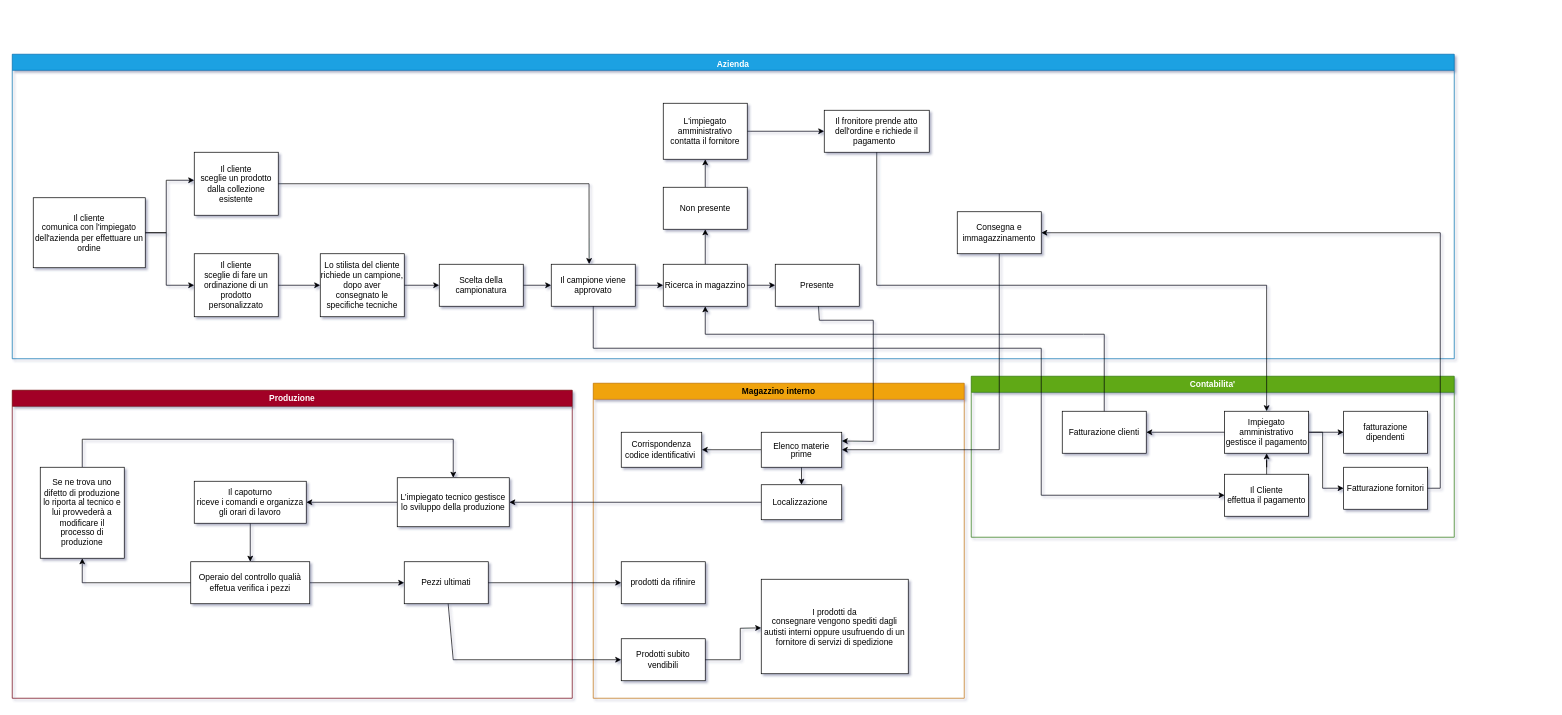
mikecostanzi/ProgettoBasiDati keeps this draw.io diagram as 1)Analisi dei requisiti/1.2.1)Analisi dei processi interni 2.0.drawio. Above is the earlier version. Source tidied: cells renumbered, new cells numbered last; positions are measured from the earlier drawing's top-left corner, leaving out a move shared by most shapes. Both pictures are drawn from the tidied source at 70%, with x=0, y=0 at pixel (12, 54).
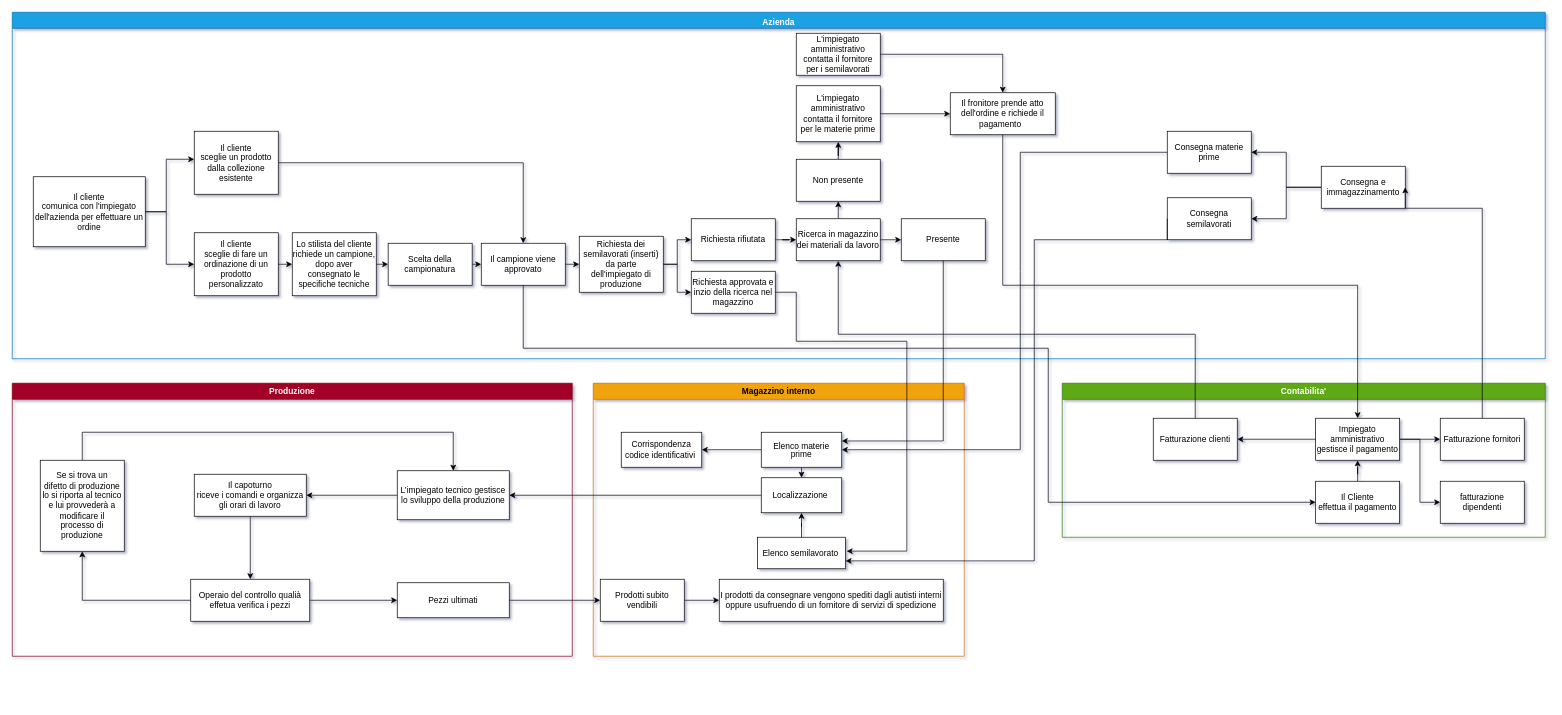
The same diagram, later.

Unchanged cells that the change refers to:
```xml
<mxCell id="27" value="&lt;p class=&quot;MsoListParagraph&quot;&gt;&lt;span&gt;Il Cliente&lt;br&gt;effettua il pagamento&lt;/span&gt;&lt;/p&gt;" style="rounded=0;whiteSpace=wrap;html=1;" parent="26" vertex="1">
  <mxGeometry x="362" y="140" width="120" height="60" as="geometry" />
</mxCell>
<mxCell id="31" value="&lt;p class=&quot;MsoListParagraph&quot;&gt;Impiegato amministrativo gestisce il pagamento&lt;/p&gt;" style="rounded=0;whiteSpace=wrap;html=1;" parent="26" vertex="1">
  <mxGeometry x="362" y="50" width="120" height="60" as="geometry" />
</mxCell>
<mxCell id="33" value="Fatturazione clienti" style="rounded=0;whiteSpace=wrap;html=1;" parent="26" vertex="1">
  <mxGeometry x="130" y="50" width="120" height="60" as="geometry" />
</mxCell>
<mxCell id="50" value="&lt;p class=&quot;MsoListParagraph&quot; style=&quot;line-height: 1&quot;&gt;Elenco materie prime&lt;/p&gt;" style="rounded=0;whiteSpace=wrap;html=1;verticalAlign=middle;" parent="47" vertex="1">
  <mxGeometry x="240" y="70" width="115" height="50" as="geometry" />
</mxCell>
```

What changed in the source:
```diff
@@
     <mxCell id="2" value="Azienda&#10;" style="swimlane;fillColor=#1ba1e2;fontColor=#ffffff;strokeColor=#006EAF;verticalAlign=top;" parent="1" vertex="1">
-      <mxGeometry width="2060" height="435" as="geometry" />
+      <mxGeometry y="-60" width="2190" height="495" as="geometry" />
     </mxCell>
     <mxCell id="3" style="edgeStyle=none;html=1;entryX=0;entryY=0.5;entryDx=0;entryDy=0;rounded=0;" parent="2" edge="1" source="4" target="6">
       <mxGeometry relative="1" as="geometry">
         <Array as="points">
-          <mxPoint x="220" y="255" />
-          <mxPoint x="220" y="330" />
+          <mxPoint x="220" y="285" />
+          <mxPoint x="220" y="360" />
         </Array>
       </mxGeometry>
     </mxCell>
     <mxCell id="4" value="&lt;p class=&quot;MsoListParagraph&quot;&gt;&lt;span&gt;Il cliente&lt;br&gt;comunica con l'impiegato dell'azienda per effettuare un ordine&lt;/span&gt;&lt;/p&gt;" style="rounded=0;whiteSpace=wrap;html=1;" parent="2" vertex="1">
-      <mxGeometry x="30" y="205" width="160" height="100" as="geometry" />
+      <mxGeometry x="30" y="235" width="160" height="100" as="geometry" />
     </mxCell>
@@
     <mxCell id="6" value="&lt;p class=&quot;MsoListParagraph&quot;&gt;&lt;span&gt;Il cliente&lt;br&gt;sceglie di fare un ordinazione di un prodotto personalizzato&lt;/span&gt;&lt;/p&gt;" style="rounded=0;whiteSpace=wrap;html=1;" parent="2" vertex="1">
-      <mxGeometry x="260" y="285" width="120" height="90" as="geometry" />
+      <mxGeometry x="260" y="315" width="120" height="90" as="geometry" />
     </mxCell>
-    <mxCell id="7" style="edgeStyle=none;rounded=0;html=1;entryX=0.451;entryY=-0.004;entryDx=0;entryDy=0;entryPerimeter=0;" parent="2" edge="1" source="8" target="14">
+    <mxCell id="7" style="edgeStyle=none;rounded=0;html=1;entryX=0.5;entryY=0;entryDx=0;entryDy=0;" parent="2" edge="1" source="8" target="14">
       <mxGeometry relative="1" as="geometry">
         <Array as="points">
-          <mxPoint x="824" y="185" />
+          <mxPoint x="730" y="215" />
         </Array>
       </mxGeometry>
     </mxCell>
     <mxCell id="8" value="&lt;p class=&quot;MsoListParagraph&quot;&gt;&lt;span&gt;Il cliente&lt;br&gt;sceglie un prodotto dalla collezione esistente&lt;/span&gt;&lt;/p&gt;" style="rounded=0;whiteSpace=wrap;html=1;" parent="2" vertex="1">
-      <mxGeometry x="260" y="140" width="120" height="90" as="geometry" />
+      <mxGeometry x="260" y="170" width="120" height="90" as="geometry" />
     </mxCell>
@@
     <mxCell id="10" value="&lt;p class=&quot;MsoListParagraph&quot;&gt;&lt;span&gt;Lo stilista del cliente&lt;br&gt;richiede un campione, dopo aver consegnato le specifiche tecniche&lt;/span&gt;&lt;/p&gt;" style="rounded=0;whiteSpace=wrap;html=1;" parent="2" vertex="1">
-      <mxGeometry x="440" y="285" width="120" height="90" as="geometry" />
+      <mxGeometry x="400" y="315" width="120" height="90" as="geometry" />
     </mxCell>
@@
     <mxCell id="12" value="&lt;p class=&quot;MsoListParagraph&quot;&gt;Scelta della campionatura&lt;/p&gt;" style="rounded=0;whiteSpace=wrap;html=1;" parent="2" vertex="1">
-      <mxGeometry x="610" y="300" width="120" height="60" as="geometry" />
+      <mxGeometry x="537" y="330" width="120" height="60" as="geometry" />
     </mxCell>
-    <mxCell id="13" style="edgeStyle=none;rounded=0;html=1;exitX=1;exitY=0.5;exitDx=0;exitDy=0;entryX=0;entryY=0.5;entryDx=0;entryDy=0;" parent="2" edge="1" source="14" target="17">
-      <mxGeometry relative="1" as="geometry" />
-    </mxCell>
+    <mxCell id="66" style="edgeStyle=orthogonalEdgeStyle;rounded=0;jettySize=auto;html=1;exitX=1;exitY=0.5;exitDx=0;exitDy=0;entryX=0;entryY=0.5;entryDx=0;entryDy=0;" parent="2" edge="1" source="14" target="71">
+      <mxGeometry relative="1" as="geometry" />
+    </mxCell>
     <mxCell id="14" value="&lt;p class=&quot;MsoListParagraph&quot;&gt;&lt;span&gt;Il campione viene&lt;br&gt;approvato&lt;/span&gt;&lt;/p&gt;" style="rounded=0;whiteSpace=wrap;html=1;" parent="2" vertex="1">
-      <mxGeometry x="770" y="300" width="120" height="60" as="geometry" />
+      <mxGeometry x="670" y="330" width="120" height="60" as="geometry" />
     </mxCell>
@@
-    <mxCell id="17" value="&lt;span&gt;Ricerca in magazzino&lt;/span&gt;" style="rounded=0;whiteSpace=wrap;html=1;" parent="2" vertex="1">
-      <mxGeometry x="930" y="300" width="120" height="60" as="geometry" />
+    <mxCell id="17" value="&lt;span&gt;Ricerca in magazzino dei materiali da lavoro&lt;/span&gt;" style="rounded=0;whiteSpace=wrap;html=1;" parent="2" vertex="1">
+      <mxGeometry x="1120" y="295" width="120" height="60" as="geometry" />
     </mxCell>
     <mxCell id="18" value="Presente" style="rounded=0;whiteSpace=wrap;html=1;" parent="2" vertex="1">
-      <mxGeometry x="1090" y="300" width="120" height="60" as="geometry" />
+      <mxGeometry x="1270" y="295" width="120" height="60" as="geometry" />
     </mxCell>
-    <mxCell id="19" style="edgeStyle=none;html=1;" parent="2" edge="1" source="20" target="23">
+    <mxCell id="19" style="edgeStyle=orthogonalEdgeStyle;rounded=0;jettySize=auto;html=1;entryX=0.5;entryY=1;entryDx=0;entryDy=0;" parent="2" edge="1" source="20" target="23">
       <mxGeometry relative="1" as="geometry" />
     </mxCell>
     <mxCell id="20" value="Non presente" style="rounded=0;whiteSpace=wrap;html=1;" parent="2" vertex="1">
-      <mxGeometry x="930" y="190" width="120" height="60" as="geometry" />
+      <mxGeometry x="1120" y="210" width="120" height="60" as="geometry" />
     </mxCell>
     <mxCell id="21" style="endArrow=classic;html=1;rounded=0;exitX=1;exitY=0.5;exitDx=0;exitDy=0;entryX=0;entryY=0.5;entryDx=0;entryDy=0;" parent="2" edge="1" source="4">
       <mxGeometry relative="1" as="geometry">
-        <mxPoint x="260" y="180" as="targetPoint" />
+        <mxPoint x="260" y="210" as="targetPoint" />
         <Array as="points">
-          <mxPoint x="220" y="255" />
-          <mxPoint x="220" y="180" />
+          <mxPoint x="220" y="285" />
+          <mxPoint x="220" y="210" />
         </Array>
       </mxGeometry>
     </mxCell>
@@
-    <mxCell id="23" value="L'impiegato amministrativo contatta il fornitore" style="rounded=0;whiteSpace=wrap;html=1;" parent="2" vertex="1">
-      <mxGeometry x="930" y="70" width="120" height="80" as="geometry" />
+    <mxCell id="23" value="L'impiegato amministrativo contatta il fornitore per le materie prime" style="rounded=0;whiteSpace=wrap;html=1;" parent="2" vertex="1">
+      <mxGeometry x="1120" y="105" width="120" height="80" as="geometry" />
     </mxCell>
     <mxCell id="24" value="Il fronitore prende atto dell'ordine e richiede il pagamento&amp;nbsp;&amp;nbsp;" style="rounded=0;whiteSpace=wrap;html=1;" parent="2" vertex="1">
-      <mxGeometry x="1160" y="80" width="150" height="60" as="geometry" />
+      <mxGeometry x="1340" y="115" width="150" height="60" as="geometry" />
     </mxCell>
+    <mxCell id="67" style="edgeStyle=orthogonalEdgeStyle;rounded=0;jettySize=auto;html=1;exitX=0;exitY=0.5;exitDx=0;exitDy=0;entryX=1;entryY=0.5;entryDx=0;entryDy=0;" parent="2" edge="1" source="25" target="77">
+      <mxGeometry relative="1" as="geometry" />
+    </mxCell>
+    <mxCell id="68" style="edgeStyle=orthogonalEdgeStyle;rounded=0;jettySize=auto;html=1;exitX=0;exitY=0.5;exitDx=0;exitDy=0;entryX=1;entryY=0.5;entryDx=0;entryDy=0;" parent="2" edge="1" source="25" target="78">
+      <mxGeometry relative="1" as="geometry" />
+    </mxCell>
     <mxCell id="25" value="Consegna e immagazzinamento" style="rounded=0;whiteSpace=wrap;html=1;" parent="2" vertex="1">
-      <mxGeometry x="1350" y="225" width="120" height="60" as="geometry" />
+      <mxGeometry x="1870" y="220" width="120" height="60" as="geometry" />
     </mxCell>
+    <mxCell id="69" style="edgeStyle=orthogonalEdgeStyle;rounded=0;jettySize=auto;html=1;exitX=1;exitY=0.5;exitDx=0;exitDy=0;entryX=0;entryY=0.5;entryDx=0;entryDy=0;" parent="2" edge="1" source="71" target="74">
+      <mxGeometry relative="1" as="geometry" />
+    </mxCell>
+    <mxCell id="70" style="edgeStyle=orthogonalEdgeStyle;rounded=0;jettySize=auto;html=1;entryX=0;entryY=0.5;entryDx=0;entryDy=0;" parent="2" edge="1" source="71" target="72">
+      <mxGeometry relative="1" as="geometry" />
+    </mxCell>
+    <mxCell id="71" value="Richiesta dei semilavorati (inserti) da parte dell'impiegato di produzione" style="rounded=0;whiteSpace=wrap;html=1;" parent="2" vertex="1">
+      <mxGeometry x="810" y="320" width="120" height="80" as="geometry" />
+    </mxCell>
+    <mxCell id="72" value="Richiesta approvata e inzio della ricerca nel magazzino" style="rounded=0;whiteSpace=wrap;html=1;" parent="2" vertex="1">
+      <mxGeometry x="970" y="370" width="120" height="60" as="geometry" />
+    </mxCell>
+    <mxCell id="73" style="edgeStyle=orthogonalEdgeStyle;rounded=0;jettySize=auto;html=1;entryX=0;entryY=0.5;entryDx=0;entryDy=0;" parent="2" edge="1" source="74" target="17">
+      <mxGeometry relative="1" as="geometry" />
+    </mxCell>
+    <mxCell id="74" value="Richiesta rifiutata" style="rounded=0;whiteSpace=wrap;html=1;" parent="2" vertex="1">
+      <mxGeometry x="970" y="295" width="120" height="60" as="geometry" />
+    </mxCell>
+    <mxCell id="75" style="edgeStyle=orthogonalEdgeStyle;rounded=0;jettySize=auto;html=1;" parent="2" edge="1" source="76" target="24">
+      <mxGeometry relative="1" as="geometry" />
+    </mxCell>
+    <mxCell id="76" value="L'impiegato amministrativo contatta il fornitore per i semilavorati" style="rounded=0;whiteSpace=wrap;html=1;" parent="2" vertex="1">
+      <mxGeometry x="1120" y="30" width="120" height="60" as="geometry" />
+    </mxCell>
+    <mxCell id="77" value="Consegna materie prime" style="rounded=0;whiteSpace=wrap;html=1;" parent="2" vertex="1">
+      <mxGeometry x="1650" y="170" width="120" height="60" as="geometry" />
+    </mxCell>
+    <mxCell id="78" value="Consegna semilavorati" style="rounded=0;whiteSpace=wrap;html=1;" parent="2" vertex="1">
+      <mxGeometry x="1650" y="265" width="120" height="60" as="geometry" />
+    </mxCell>
     <mxCell id="26" value="Contabilita'" style="swimlane;rounded=0;fillColor=#60a917;fontColor=#ffffff;strokeColor=#2D7600;" parent="1" vertex="1">
-      <mxGeometry x="1370" y="460" width="690" height="230" as="geometry" />
+      <mxGeometry x="1500" y="470" width="690" height="220" as="geometry" />
     </mxCell>
@@
-    <mxCell id="28" style="edgeStyle=none;rounded=0;html=1;entryX=0;entryY=0.5;entryDx=0;entryDy=0;exitX=1;exitY=0.5;exitDx=0;exitDy=0;" parent="26" edge="1" source="31" target="35">
-      <mxGeometry relative="1" as="geometry" />
-    </mxCell>
@@
-    <mxCell id="30" style="edgeStyle=none;rounded=0;html=1;entryX=0;entryY=0.5;entryDx=0;entryDy=0;exitX=1;exitY=0.5;exitDx=0;exitDy=0;" parent="26" edge="1" source="31" target="34">
-      <mxGeometry relative="1" as="geometry">
-        <Array as="points">
-          <mxPoint x="502" y="80" />
-          <mxPoint x="502" y="160" />
-        </Array>
-      </mxGeometry>
+    <mxCell id="30" style="edgeStyle=orthogonalEdgeStyle;rounded=0;jettySize=auto;html=1;entryX=0;entryY=0.5;entryDx=0;entryDy=0;" parent="26" edge="1" source="31" target="34">
+      <mxGeometry relative="1" as="geometry" />
     </mxCell>
+    <mxCell id="28" style="edgeStyle=orthogonalEdgeStyle;rounded=0;jettySize=auto;html=1;entryX=0;entryY=0.5;entryDx=0;entryDy=0;" parent="26" edge="1" source="31" target="35">
+      <mxGeometry relative="1" as="geometry" />
+    </mxCell>
@@
     <mxCell id="34" value="Fatturazione fornitori" style="rounded=0;whiteSpace=wrap;html=1;" parent="26" vertex="1">
-      <mxGeometry x="532" y="130" width="120" height="60" as="geometry" />
+      <mxGeometry x="540" y="50" width="120" height="60" as="geometry" />
     </mxCell>
     <mxCell id="35" value="fatturazione dipendenti" style="rounded=0;whiteSpace=wrap;html=1;" parent="26" vertex="1">
-      <mxGeometry x="532" y="50" width="120" height="60" as="geometry" />
+      <mxGeometry x="540" y="140" width="120" height="60" as="geometry" />
     </mxCell>
     <mxCell id="36" value="Produzione" style="swimlane;fillColor=#a20025;fontColor=#ffffff;strokeColor=#6F0000;" parent="1" vertex="1">
-      <mxGeometry y="480" width="800" height="440" as="geometry" />
+      <mxGeometry y="470" width="800" height="390" as="geometry" />
     </mxCell>
@@
     <mxCell id="41" value="&lt;p class=&quot;MsoListParagraph&quot;&gt;Pezzi ultimati&lt;/p&gt;" style="rounded=0;whiteSpace=wrap;html=1;" parent="36" vertex="1">
-      <mxGeometry x="560" y="245" width="120" height="60" as="geometry" />
+      <mxGeometry x="550" y="285" width="160" height="50" as="geometry" />
     </mxCell>
-    <mxCell id="42" style="edgeStyle=orthogonalEdgeStyle;rounded=0;jettySize=auto;html=1;" parent="36" edge="1" source="46" target="41">
+    <mxCell id="42" style="edgeStyle=orthogonalEdgeStyle;rounded=0;jettySize=auto;html=1;entryX=0;entryY=0.5;entryDx=0;entryDy=0;" parent="36" edge="1" source="46" target="41">
       <mxGeometry relative="1" as="geometry" />
     </mxCell>
@@
-    <mxCell id="44" value="&lt;p class=&quot;MsoListParagraph&quot;&gt;&lt;span&gt;Se ne trova uno&lt;br&gt;difetto di produzione lo riporta al tecnico e lui provvederà a modificare il&lt;br&gt;processo di produzione&lt;/span&gt;&lt;/p&gt;" style="rounded=0;whiteSpace=wrap;html=1;" parent="36" vertex="1">
+    <mxCell id="44" value="&lt;p class=&quot;MsoListParagraph&quot;&gt;&lt;span&gt;Se si trova un&lt;br&gt;difetto di produzione lo si riporta al tecnico e lui provvederà a modificare il&lt;br&gt;processo di produzione&lt;/span&gt;&lt;/p&gt;" style="rounded=0;whiteSpace=wrap;html=1;" parent="36" vertex="1">
       <mxGeometry x="40" y="110" width="120" height="130" as="geometry" />
     </mxCell>
     <mxCell id="45" style="edgeStyle=none;rounded=0;html=1;entryX=0.5;entryY=1;entryDx=0;entryDy=0;" parent="36" edge="1" source="46" target="44">
       <mxGeometry relative="1" as="geometry">
         <Array as="points">
-          <mxPoint x="100" y="275" />
+          <mxPoint x="100" y="310" />
         </Array>
       </mxGeometry>
     </mxCell>
     <mxCell id="46" value="&lt;p class=&quot;MsoListParagraph&quot;&gt;Operaio del controllo qualià effetua verifica i pezzi&lt;/p&gt;" style="rounded=0;whiteSpace=wrap;html=1;" parent="36" vertex="1">
-      <mxGeometry x="255" y="245" width="170" height="60" as="geometry" />
+      <mxGeometry x="255" y="280" width="170" height="60" as="geometry" />
     </mxCell>
     <mxCell id="47" value="Magazzino interno" style="swimlane;rounded=0;fillColor=#f0a30a;fontColor=#000000;strokeColor=#BD7000;startSize=23;" parent="1" vertex="1">
-      <mxGeometry x="830" y="470" width="530" height="450" as="geometry" />
+      <mxGeometry x="830" y="470" width="530" height="390" as="geometry" />
     </mxCell>
@@
+    <mxCell id="79" style="edgeStyle=orthogonalEdgeStyle;rounded=0;jettySize=auto;html=1;entryX=0.5;entryY=1;entryDx=0;entryDy=0;" parent="47" edge="1" source="51" target="52">
+      <mxGeometry relative="1" as="geometry" />
+    </mxCell>
-    <mxCell id="51" value="prodotti da rifinire" style="rounded=0;whiteSpace=wrap;html=1;" parent="47" vertex="1">
-      <mxGeometry x="40" y="255" width="120" height="60" as="geometry" />
+    <mxCell id="51" value="Elenco semilavorato&amp;nbsp;" style="rounded=0;whiteSpace=wrap;html=1;" parent="47" vertex="1">
+      <mxGeometry x="234.6" y="220" width="125.8" height="45" as="geometry" />
     </mxCell>
     <mxCell id="52" value="Localizzazione&amp;nbsp;" style="rounded=0;whiteSpace=wrap;html=1;" parent="47" vertex="1">
-      <mxGeometry x="240" y="145" width="115" height="50" as="geometry" />
+      <mxGeometry x="240" y="135" width="115" height="50" as="geometry" />
     </mxCell>
@@
-    <mxCell id="54" value="&lt;p class=&quot;MsoListParagraph&quot;&gt;&lt;span&gt;I prodotti da&lt;br&gt;consegnare vengono spediti dagli autisti interni oppure usufruendo di un&lt;br&gt;fornitore di servizi di spedizione&lt;/span&gt;&lt;/p&gt;" style="rounded=0;whiteSpace=wrap;html=1;" parent="47" vertex="1">
-      <mxGeometry x="240" y="280" width="210" height="135" as="geometry" />
+    <mxCell id="54" value="&lt;p class=&quot;MsoListParagraph&quot;&gt;&lt;span&gt;I prodotti da consegnare vengono spediti dagli autisti interni oppure usufruendo di un fornitore di servizi di spedizione&lt;/span&gt;&lt;/p&gt;" style="rounded=0;whiteSpace=wrap;html=1;" parent="47" vertex="1">
+      <mxGeometry x="180" y="280" width="320" height="60" as="geometry" />
     </mxCell>
+    <mxCell id="56" style="edgeStyle=orthogonalEdgeStyle;rounded=0;jettySize=auto;html=1;entryX=0;entryY=0.5;entryDx=0;entryDy=0;" parent="47" edge="1" source="55" target="54">
+      <mxGeometry relative="1" as="geometry" />
+    </mxCell>
     <mxCell id="55" value="Prodotti subito vendibili" style="rounded=0;whiteSpace=wrap;html=1;" parent="47" vertex="1">
-      <mxGeometry x="40" y="365" width="120" height="60" as="geometry" />
+      <mxGeometry x="10" y="280" width="120" height="60" as="geometry" />
     </mxCell>
-    <mxCell id="56" style="edgeStyle=none;html=1;rounded=0;" parent="47" edge="1" source="55" target="54">
-      <mxGeometry relative="1" as="geometry">
-        <Array as="points">
-          <mxPoint x="210" y="395" />
-          <mxPoint x="210" y="350" />
-        </Array>
-      </mxGeometry>
-    </mxCell>
-    <mxCell id="57" style="edgeStyle=none;html=1;" parent="1" edge="1" source="41" target="51">
-      <mxGeometry relative="1" as="geometry" />
-    </mxCell>
-    <mxCell id="58" style="edgeStyle=none;html=1;rounded=0;" parent="1" edge="1" source="41" target="55">
-      <mxGeometry relative="1" as="geometry">
-        <Array as="points">
-          <mxPoint x="630" y="865" />
-        </Array>
-      </mxGeometry>
-    </mxCell>
@@
     <mxCell id="60" style="edgeStyle=none;rounded=0;html=1;exitX=0.5;exitY=1;exitDx=0;exitDy=0;entryX=0.5;entryY=0;entryDx=0;entryDy=0;" parent="1" edge="1" source="24" target="31">
       <mxGeometry relative="1" as="geometry">
         <Array as="points">
-          <mxPoint x="1235" y="330" />
-          <mxPoint x="1792" y="330" />
+          <mxPoint x="1415" y="330" />
+          <mxPoint x="1922" y="330" />
         </Array>
       </mxGeometry>
     </mxCell>
     <mxCell id="61" style="edgeStyle=none;rounded=0;html=1;exitX=0.5;exitY=0;exitDx=0;exitDy=0;entryX=0.5;entryY=1;entryDx=0;entryDy=0;" parent="1" edge="1" source="33" target="17">
       <mxGeometry relative="1" as="geometry">
         <Array as="points">
-          <mxPoint x="1560" y="400" />
-          <mxPoint x="1530" y="400" />
-          <mxPoint x="990" y="400" />
+          <mxPoint x="1690" y="400" />
+          <mxPoint x="1180" y="400" />
         </Array>
       </mxGeometry>
     </mxCell>
     <mxCell id="62" style="edgeStyle=none;rounded=0;html=1;entryX=0;entryY=0.5;entryDx=0;entryDy=0;" parent="1" edge="1" source="14" target="27">
       <mxGeometry relative="1" as="geometry">
         <Array as="points">
-          <mxPoint x="830" y="420" />
-          <mxPoint x="1470" y="420" />
-          <mxPoint x="1470" y="630" />
+          <mxPoint x="730" y="420" />
+          <mxPoint x="1480" y="420" />
+          <mxPoint x="1480" y="640" />
         </Array>
       </mxGeometry>
     </mxCell>
+    <mxCell id="64" style="edgeStyle=none;html=1;entryX=1;entryY=0.5;entryDx=0;entryDy=0;rounded=0;exitX=0;exitY=0.5;exitDx=0;exitDy=0;" parent="1" edge="1" source="77" target="50">
+      <mxGeometry relative="1" as="geometry">
+        <Array as="points">
+          <mxPoint x="1440" y="140" />
+          <mxPoint x="1440" y="310" />
+          <mxPoint x="1440" y="565" />
+        </Array>
+      </mxGeometry>
+    </mxCell>
+    <mxCell id="58" style="edgeStyle=orthogonalEdgeStyle;rounded=0;jettySize=auto;html=1;entryX=0;entryY=0.5;entryDx=0;entryDy=0;" parent="1" edge="1" source="41" target="55">
+      <mxGeometry relative="1" as="geometry" />
+    </mxCell>
+    <mxCell id="65" style="edgeStyle=orthogonalEdgeStyle;rounded=0;jettySize=auto;html=1;entryX=1;entryY=0.25;entryDx=0;entryDy=0;exitX=0.5;exitY=1;exitDx=0;exitDy=0;" parent="1" edge="1" source="18" target="50">
+      <mxGeometry relative="1" as="geometry" />
+    </mxCell>
+    <mxCell id="80" style="edgeStyle=orthogonalEdgeStyle;rounded=0;jettySize=auto;html=1;exitX=1;exitY=0.5;exitDx=0;exitDy=0;entryX=1.012;entryY=0.441;entryDx=0;entryDy=0;entryPerimeter=0;" parent="1" edge="1" source="72" target="51">
+      <mxGeometry relative="1" as="geometry">
+        <Array as="points">
+          <mxPoint x="1120" y="340" />
+          <mxPoint x="1120" y="410" />
+          <mxPoint x="1278" y="410" />
+          <mxPoint x="1278" y="710" />
+        </Array>
+      </mxGeometry>
+    </mxCell>
+    <mxCell id="81" style="edgeStyle=orthogonalEdgeStyle;rounded=0;jettySize=auto;html=1;entryX=1;entryY=0.75;entryDx=0;entryDy=0;exitX=0;exitY=0.5;exitDx=0;exitDy=0;" parent="1" edge="1" source="78" target="51">
+      <mxGeometry relative="1" as="geometry">
+        <Array as="points">
+          <mxPoint x="1460" y="265" />
+          <mxPoint x="1460" y="724" />
+        </Array>
+      </mxGeometry>
+    </mxCell>
-    <mxCell id="63" style="edgeStyle=none;html=1;entryX=1;entryY=0.5;entryDx=0;entryDy=0;rounded=0;exitX=1;exitY=0.5;exitDx=0;exitDy=0;" parent="1" edge="1" source="34" target="25">
+    <mxCell id="63" style="edgeStyle=orthogonalEdgeStyle;rounded=0;jettySize=auto;html=1;entryX=1;entryY=0.5;entryDx=0;entryDy=0;" parent="1" edge="1" source="34" target="25">
       <mxGeometry relative="1" as="geometry">
         <Array as="points">
-          <mxPoint x="2040" y="620" />
-          <mxPoint x="2040" y="255" />
+          <mxPoint x="2100" y="220" />
         </Array>
       </mxGeometry>
     </mxCell>
-    <mxCell id="64" style="edgeStyle=none;html=1;entryX=1;entryY=0.5;entryDx=0;entryDy=0;rounded=0;" parent="1" edge="1" source="25" target="50">
-      <mxGeometry relative="1" as="geometry">
-        <Array as="points">
-          <mxPoint x="1410" y="565" />
-        </Array>
-      </mxGeometry>
-    </mxCell>
-    <mxCell id="65" style="edgeStyle=none;rounded=0;html=1;entryX=1;entryY=0.25;entryDx=0;entryDy=0;" parent="1" edge="1" source="18" target="50">
-      <mxGeometry relative="1" as="geometry">
-        <Array as="points">
-          <mxPoint x="1153" y="380" />
-          <mxPoint x="1230" y="380" />
-          <mxPoint x="1230" y="553" />
-        </Array>
-      </mxGeometry>
-    </mxCell>
```
